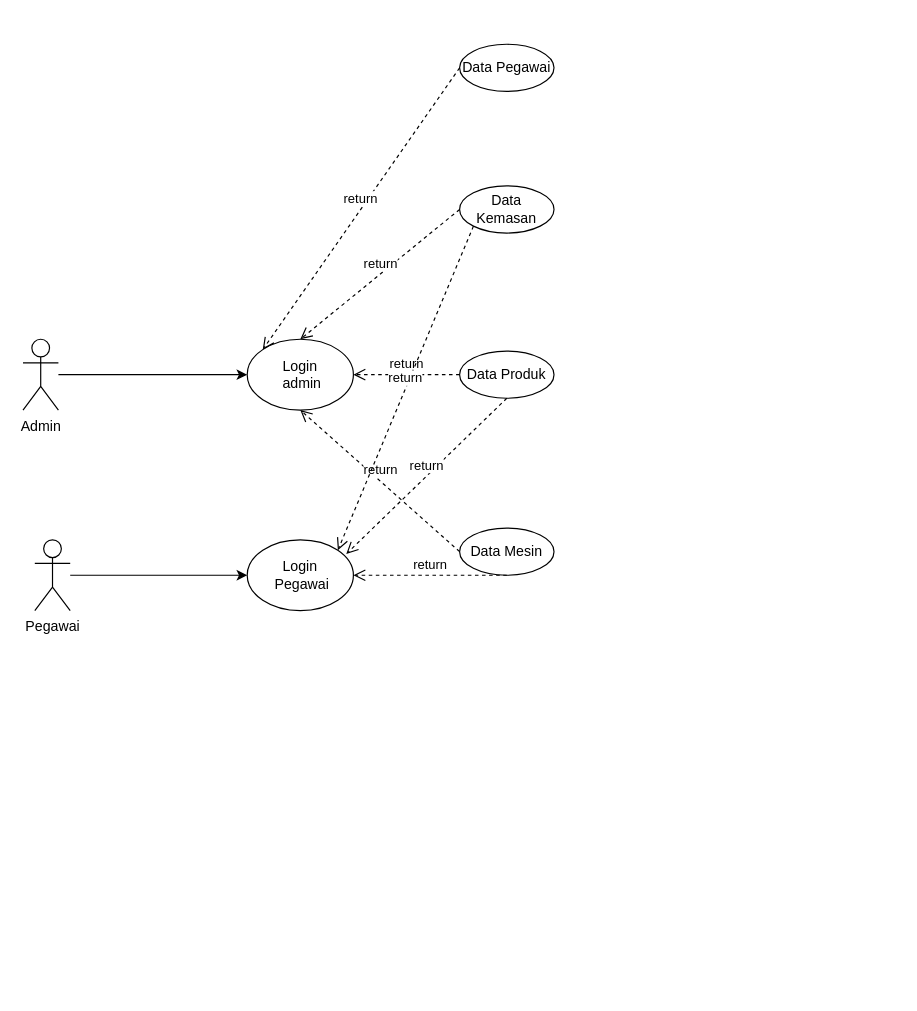
Mabot17/praktikum-rppl-s4 keeps this draw.io diagram as page "Use Case" (1 of 2) of Praktikum1/Diagram Tanpa Judul.drawio. Above is the earlier version. Source tidied: cells renumbered, new cells numbered last; positions are measured from the earlier drawing's top-left corner, leaving out a move shared by most shapes. Both pictures are drawn from the tidied source at 118%, with x=0, y=0 at pixel (22, 44).
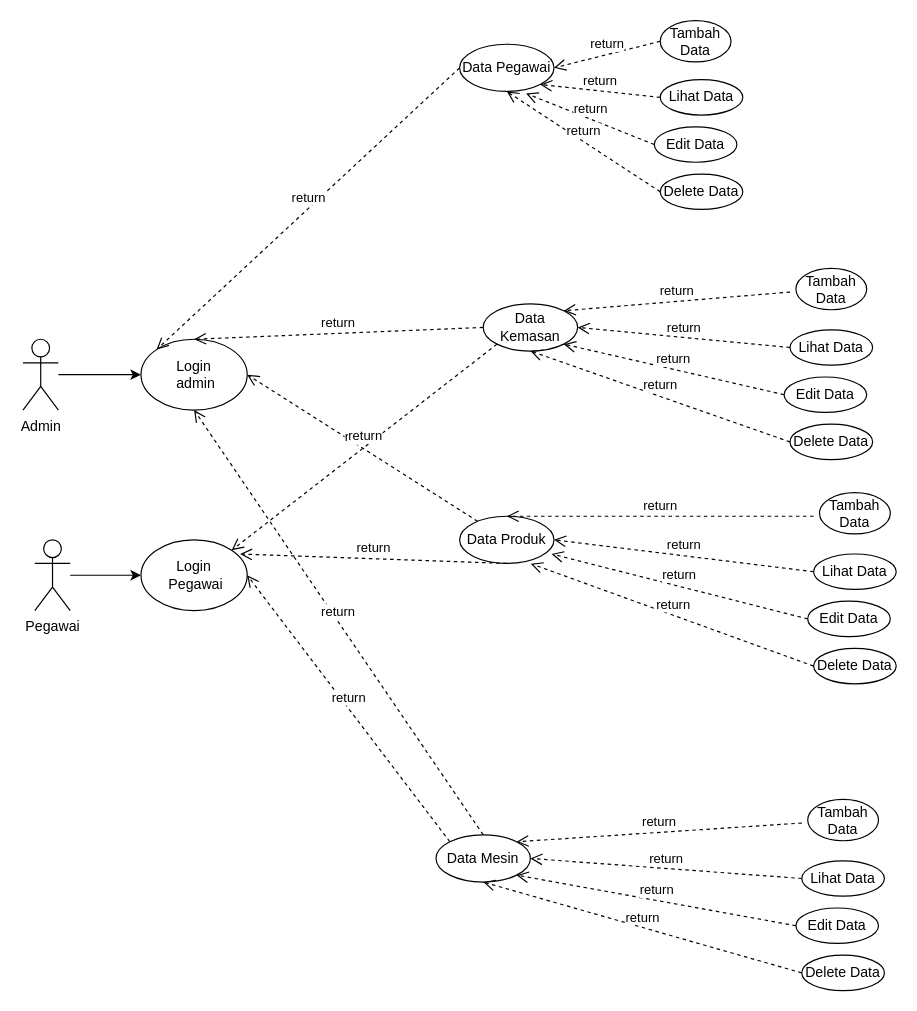
The same page after the edit.

Commit message:
Penambahan crud

Unchanged cells that the change refers to:
```xml
<mxCell id="13" value="Data Pegawai" style="ellipse;whiteSpace=wrap;html=1;" parent="1" vertex="1">
  <mxGeometry x="370" width="80" height="40" as="geometry" />
</mxCell>
```

What changed in the source:
```diff
@@
     <mxCell id="4" value="Login&lt;br&gt;&lt;div&gt;&lt;span style=&quot;background-color: initial;&quot;&gt;&amp;nbsp;admin&lt;/span&gt;&lt;/div&gt;" style="ellipse;whiteSpace=wrap;html=1;" parent="1" vertex="1">
-      <mxGeometry x="190" y="250" width="90" height="60" as="geometry" />
+      <mxGeometry x="100" y="250" width="90" height="60" as="geometry" />
     </mxCell>
     <mxCell id="5" value="Data Kemasan" style="ellipse;whiteSpace=wrap;html=1;" parent="1" vertex="1">
-      <mxGeometry x="370" y="120" width="80" height="40" as="geometry" />
+      <mxGeometry x="390" y="220" width="80" height="40" as="geometry" />
     </mxCell>
     <mxCell id="6" value="Data Produk" style="ellipse;whiteSpace=wrap;html=1;" parent="1" vertex="1">
-      <mxGeometry x="370" y="260" width="80" height="40" as="geometry" />
+      <mxGeometry x="370" y="400" width="80" height="40" as="geometry" />
     </mxCell>
     <mxCell id="7" value="Data Mesin" style="ellipse;whiteSpace=wrap;html=1;" parent="1" vertex="1">
-      <mxGeometry x="370" y="410" width="80" height="40" as="geometry" />
+      <mxGeometry x="350" y="670" width="80" height="40" as="geometry" />
     </mxCell>
@@
-    <mxCell id="10" value="return" style="html=1;verticalAlign=bottom;endArrow=open;dashed=1;endSize=8;curved=0;rounded=0;exitX=0;exitY=0.5;exitDx=0;exitDy=0;entryX=0.5;entryY=1;entryDx=0;entryDy=0;" parent="1" edge="1" source="7" target="4">
+    <mxCell id="10" value="return" style="html=1;verticalAlign=bottom;endArrow=open;dashed=1;endSize=8;curved=0;rounded=0;entryX=0.5;entryY=1;entryDx=0;entryDy=0;exitX=0.5;exitY=0;exitDx=0;exitDy=0;" parent="1" edge="1" source="7" target="4">
       <mxGeometry relative="1" as="geometry" />
     </mxCell>
@@
     <mxCell id="14" value="Login&lt;br&gt;&lt;div&gt;&lt;span style=&quot;background-color: initial;&quot;&gt;&amp;nbsp;Pegawai&lt;/span&gt;&lt;/div&gt;" style="ellipse;whiteSpace=wrap;html=1;" parent="1" vertex="1">
-      <mxGeometry x="190" y="420" width="90" height="60" as="geometry" />
+      <mxGeometry x="100" y="420" width="90" height="60" as="geometry" />
     </mxCell>
@@
-    <mxCell id="16" value="return" style="html=1;verticalAlign=bottom;endArrow=open;dashed=1;endSize=8;curved=0;rounded=0;entryX=1;entryY=0.5;entryDx=0;entryDy=0;exitX=0.5;exitY=1;exitDx=0;exitDy=0;" parent="1" edge="1" source="7" target="14">
+    <mxCell id="16" value="return" style="html=1;verticalAlign=bottom;endArrow=open;dashed=1;endSize=8;curved=0;rounded=0;entryX=1;entryY=0.5;entryDx=0;entryDy=0;exitX=0;exitY=0;exitDx=0;exitDy=0;" parent="1" edge="1" source="7" target="14">
       <mxGeometry relative="1" as="geometry" />
     </mxCell>
@@
+    <mxCell id="19" value="Tambah Data" style="ellipse;whiteSpace=wrap;html=1;" parent="1" vertex="1">
+      <mxGeometry x="540" y="-20" width="60" height="35" as="geometry" />
+    </mxCell>
+    <mxCell id="20" value="Edit Data" style="ellipse;whiteSpace=wrap;html=1;" parent="1" vertex="1">
+      <mxGeometry x="535" y="70" width="70" height="30" as="geometry" />
+    </mxCell>
+    <mxCell id="21" value="return" style="html=1;verticalAlign=bottom;endArrow=open;dashed=1;endSize=8;curved=0;rounded=0;exitX=0;exitY=0.5;exitDx=0;exitDy=0;" parent="1" edge="1" source="19">
+      <mxGeometry relative="1" as="geometry">
+        <mxPoint x="450" y="20" as="targetPoint" />
+      </mxGeometry>
+    </mxCell>
+    <mxCell id="22" value="return" style="html=1;verticalAlign=bottom;endArrow=open;dashed=1;endSize=8;curved=0;rounded=0;exitX=0;exitY=0.5;exitDx=0;exitDy=0;entryX=0.704;entryY=1.042;entryDx=0;entryDy=0;entryPerimeter=0;" parent="1" edge="1" source="20" target="13">
+      <mxGeometry relative="1" as="geometry" />
+    </mxCell>
+    <mxCell id="23" value="Lihat Data" style="ellipse;whiteSpace=wrap;html=1;" parent="1" vertex="1">
+      <mxGeometry x="540" y="30" width="70" height="30" as="geometry" />
+    </mxCell>
+    <mxCell id="24" value="Delete Data" style="ellipse;whiteSpace=wrap;html=1;" parent="1" vertex="1">
+      <mxGeometry x="540" y="110" width="70" height="30" as="geometry" />
+    </mxCell>
+    <mxCell id="25" value="return" style="html=1;verticalAlign=bottom;endArrow=open;dashed=1;endSize=8;curved=0;rounded=0;entryX=1;entryY=1;entryDx=0;entryDy=0;exitX=0;exitY=0.5;exitDx=0;exitDy=0;" parent="1" edge="1" source="23" target="13">
+      <mxGeometry relative="1" as="geometry" />
+    </mxCell>
+    <mxCell id="26" value="return" style="html=1;verticalAlign=bottom;endArrow=open;dashed=1;endSize=8;curved=0;rounded=0;entryX=0.5;entryY=1;entryDx=0;entryDy=0;exitX=0;exitY=0.5;exitDx=0;exitDy=0;" parent="1" edge="1" source="24" target="13">
+      <mxGeometry relative="1" as="geometry" />
+    </mxCell>
+    <mxCell id="27" value="Edit Data" style="ellipse;whiteSpace=wrap;html=1;" parent="1" vertex="1">
+      <mxGeometry x="645" y="282" width="70" height="30" as="geometry" />
+    </mxCell>
+    <mxCell id="28" value="return" style="html=1;verticalAlign=bottom;endArrow=open;dashed=1;endSize=8;curved=0;rounded=0;exitX=0;exitY=0.5;exitDx=0;exitDy=0;entryX=1;entryY=0;entryDx=0;entryDy=0;" parent="1" edge="1" target="5">
+      <mxGeometry relative="1" as="geometry">
+        <mxPoint x="650" y="210" as="sourcePoint" />
+      </mxGeometry>
+    </mxCell>
+    <mxCell id="29" value="return" style="html=1;verticalAlign=bottom;endArrow=open;dashed=1;endSize=8;curved=0;rounded=0;exitX=0;exitY=0.5;exitDx=0;exitDy=0;entryX=1;entryY=1;entryDx=0;entryDy=0;" parent="1" edge="1" source="27" target="5">
+      <mxGeometry relative="1" as="geometry" />
+    </mxCell>
+    <mxCell id="30" value="Lihat Data" style="ellipse;whiteSpace=wrap;html=1;" parent="1" vertex="1">
+      <mxGeometry x="650" y="242" width="70" height="30" as="geometry" />
+    </mxCell>
+    <mxCell id="31" value="Delete Data" style="ellipse;whiteSpace=wrap;html=1;" parent="1" vertex="1">
+      <mxGeometry x="650" y="322" width="70" height="30" as="geometry" />
+    </mxCell>
+    <mxCell id="32" value="return" style="html=1;verticalAlign=bottom;endArrow=open;dashed=1;endSize=8;curved=0;rounded=0;entryX=1;entryY=0.5;entryDx=0;entryDy=0;exitX=0;exitY=0.5;exitDx=0;exitDy=0;" parent="1" edge="1" source="30" target="5">
+      <mxGeometry relative="1" as="geometry" />
+    </mxCell>
+    <mxCell id="33" value="return" style="html=1;verticalAlign=bottom;endArrow=open;dashed=1;endSize=8;curved=0;rounded=0;entryX=0.5;entryY=1;entryDx=0;entryDy=0;exitX=0;exitY=0.5;exitDx=0;exitDy=0;" parent="1" edge="1" source="31" target="5">
+      <mxGeometry relative="1" as="geometry" />
+    </mxCell>
+    <mxCell id="34" value="Tambah Data" style="ellipse;whiteSpace=wrap;html=1;" parent="1" vertex="1">
+      <mxGeometry x="655" y="190" width="60" height="35" as="geometry" />
+    </mxCell>
+    <mxCell id="35" value="Edit Data" style="ellipse;whiteSpace=wrap;html=1;" parent="1" vertex="1">
+      <mxGeometry x="665" y="472" width="70" height="30" as="geometry" />
+    </mxCell>
+    <mxCell id="36" value="return" style="html=1;verticalAlign=bottom;endArrow=open;dashed=1;endSize=8;curved=0;rounded=0;exitX=0;exitY=0.5;exitDx=0;exitDy=0;entryX=0.5;entryY=0;entryDx=0;entryDy=0;" parent="1" edge="1" target="6">
+      <mxGeometry relative="1" as="geometry">
+        <mxPoint x="670" y="400" as="sourcePoint" />
+      </mxGeometry>
+    </mxCell>
+    <mxCell id="37" value="return" style="html=1;verticalAlign=bottom;endArrow=open;dashed=1;endSize=8;curved=0;rounded=0;exitX=0;exitY=0.5;exitDx=0;exitDy=0;entryX=0.974;entryY=0.799;entryDx=0;entryDy=0;entryPerimeter=0;" parent="1" edge="1" source="35" target="6">
+      <mxGeometry relative="1" as="geometry" />
+    </mxCell>
+    <mxCell id="38" value="Lihat Data" style="ellipse;whiteSpace=wrap;html=1;" parent="1" vertex="1">
+      <mxGeometry x="670" y="432" width="70" height="30" as="geometry" />
+    </mxCell>
+    <mxCell id="39" value="Delete Data" style="ellipse;whiteSpace=wrap;html=1;" parent="1" vertex="1">
+      <mxGeometry x="670" y="512" width="70" height="30" as="geometry" />
+    </mxCell>
+    <mxCell id="40" value="return" style="html=1;verticalAlign=bottom;endArrow=open;dashed=1;endSize=8;curved=0;rounded=0;entryX=1;entryY=0.5;entryDx=0;entryDy=0;exitX=0;exitY=0.5;exitDx=0;exitDy=0;" parent="1" edge="1" source="38" target="6">
+      <mxGeometry relative="1" as="geometry" />
+    </mxCell>
+    <mxCell id="41" value="return" style="html=1;verticalAlign=bottom;endArrow=open;dashed=1;endSize=8;curved=0;rounded=0;entryX=0.754;entryY=1.004;entryDx=0;entryDy=0;exitX=0;exitY=0.5;exitDx=0;exitDy=0;entryPerimeter=0;" parent="1" edge="1" source="39" target="6">
+      <mxGeometry relative="1" as="geometry" />
+    </mxCell>
+    <mxCell id="42" value="Tambah Data" style="ellipse;whiteSpace=wrap;html=1;" parent="1" vertex="1">
+      <mxGeometry x="675" y="380" width="60" height="35" as="geometry" />
+    </mxCell>
+    <mxCell id="43" value="Edit Data" style="ellipse;whiteSpace=wrap;html=1;" parent="1" vertex="1">
+      <mxGeometry x="655" y="732" width="70" height="30" as="geometry" />
+    </mxCell>
+    <mxCell id="44" value="return" style="html=1;verticalAlign=bottom;endArrow=open;dashed=1;endSize=8;curved=0;rounded=0;exitX=0;exitY=0.5;exitDx=0;exitDy=0;entryX=1;entryY=0;entryDx=0;entryDy=0;" parent="1" edge="1" target="7">
+      <mxGeometry relative="1" as="geometry">
+        <mxPoint x="660" y="660" as="sourcePoint" />
+      </mxGeometry>
+    </mxCell>
+    <mxCell id="45" value="return" style="html=1;verticalAlign=bottom;endArrow=open;dashed=1;endSize=8;curved=0;rounded=0;exitX=0;exitY=0.5;exitDx=0;exitDy=0;entryX=1;entryY=1;entryDx=0;entryDy=0;" parent="1" edge="1" source="43" target="7">
+      <mxGeometry relative="1" as="geometry" />
+    </mxCell>
+    <mxCell id="46" value="Lihat Data" style="ellipse;whiteSpace=wrap;html=1;" parent="1" vertex="1">
+      <mxGeometry x="660" y="692" width="70" height="30" as="geometry" />
+    </mxCell>
+    <mxCell id="47" value="Delete Data" style="ellipse;whiteSpace=wrap;html=1;" parent="1" vertex="1">
+      <mxGeometry x="660" y="772" width="70" height="30" as="geometry" />
+    </mxCell>
+    <mxCell id="48" value="return" style="html=1;verticalAlign=bottom;endArrow=open;dashed=1;endSize=8;curved=0;rounded=0;entryX=1;entryY=0.5;entryDx=0;entryDy=0;exitX=0;exitY=0.5;exitDx=0;exitDy=0;" parent="1" edge="1" source="46" target="7">
+      <mxGeometry relative="1" as="geometry" />
+    </mxCell>
+    <mxCell id="49" value="return" style="html=1;verticalAlign=bottom;endArrow=open;dashed=1;endSize=8;curved=0;rounded=0;entryX=0.5;entryY=1;entryDx=0;entryDy=0;exitX=0;exitY=0.5;exitDx=0;exitDy=0;" parent="1" edge="1" source="47" target="7">
+      <mxGeometry relative="1" as="geometry" />
+    </mxCell>
+    <mxCell id="50" value="Tambah Data" style="ellipse;whiteSpace=wrap;html=1;" parent="1" vertex="1">
+      <mxGeometry x="665" y="640" width="60" height="35" as="geometry" />
+    </mxCell>
```
